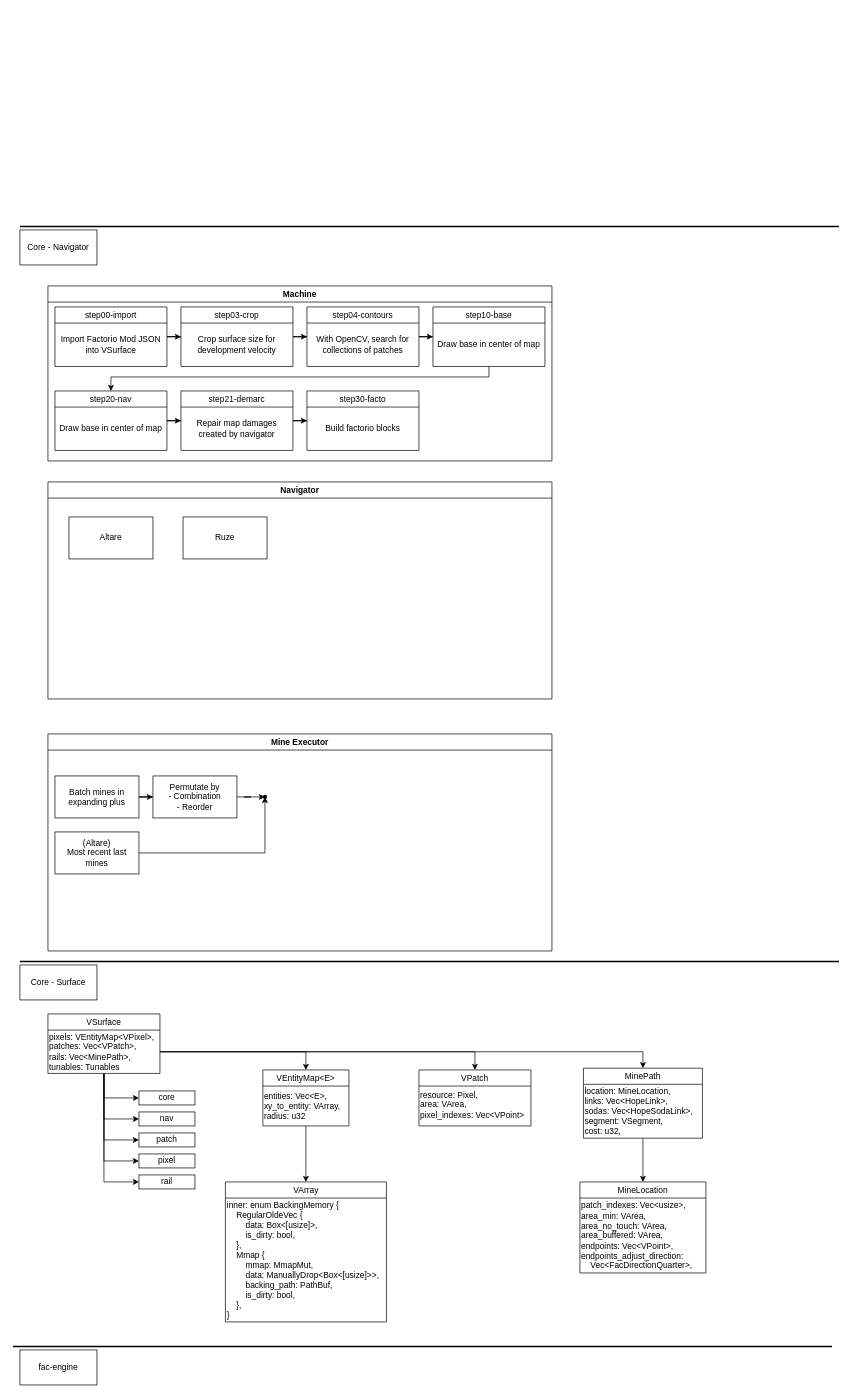
This is facto-loop-miner.drawio from TheLQ/tako-diagrams, a draw.io file, before an edit. Source tidied: cells renumbered, new cells numbered last; positions are measured from the earlier drawing's top-left corner, leaving out a move shared by most shapes. Both pictures are drawn from the tidied source at 70%, with x=0, y=0 at pixel (13, 223).
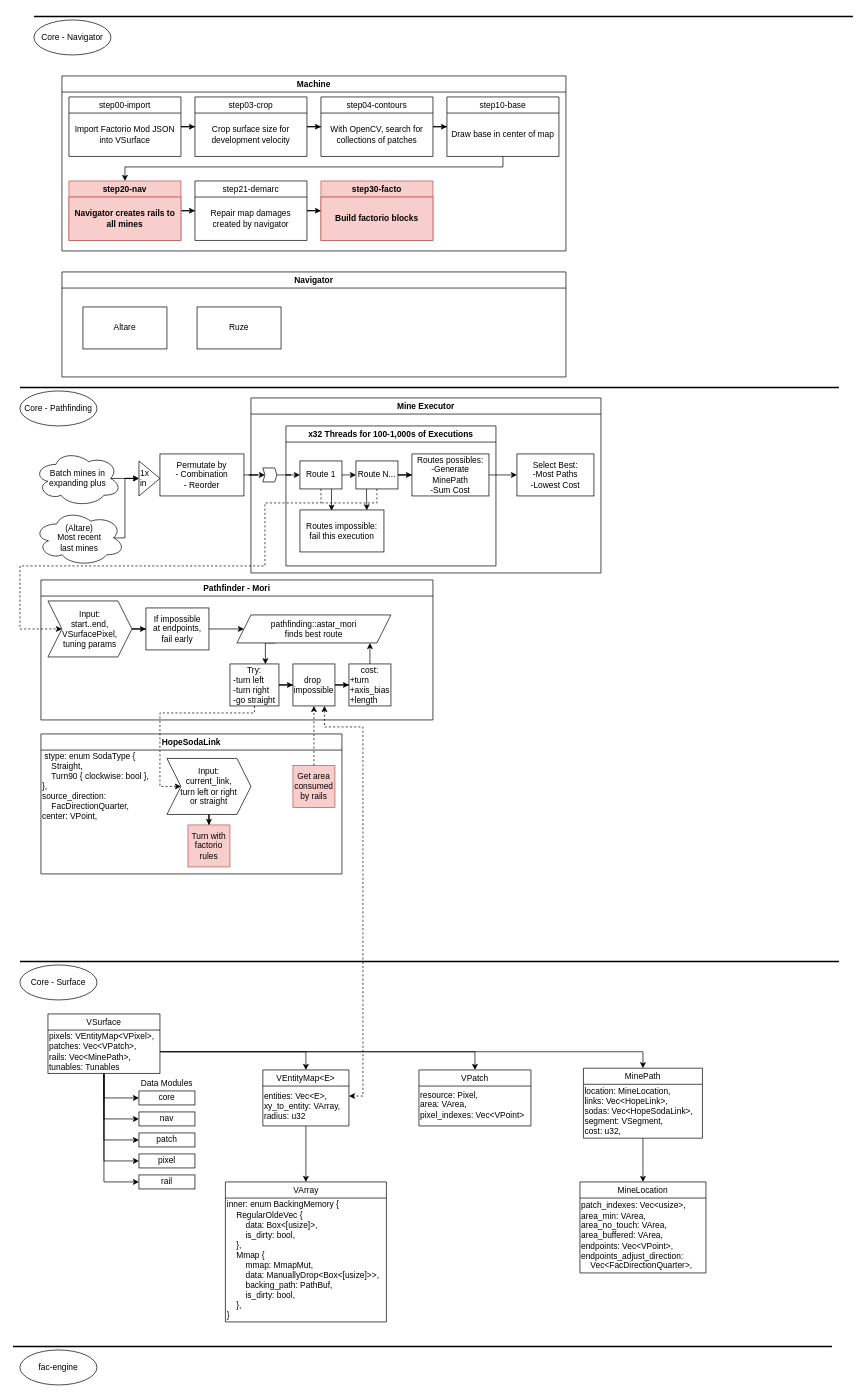
After the change.

Commit message:
facto: add pathfinding section

Unchanged cells that the change refers to:
```xml
<mxCell id="17" value="&lt;div&gt;entities: Vec&amp;lt;E&amp;gt;,&lt;/div&gt;&lt;div&gt;xy_to_entity: VArray,&lt;/div&gt;&lt;div&gt;radius: u32&lt;/div&gt;" style="text;html=1;whiteSpace=wrap;strokeColor=none;fillColor=none;align=left;verticalAlign=middle;rounded=0;" parent="16" vertex="1">
  <mxGeometry y="23" width="123" height="57" as="geometry" />
</mxCell>
```

Diff of the diagram source:
```diff
@@
-    <mxCell id="32" value="Core - Surface" style="html=1;whiteSpace=wrap;" parent="1" vertex="1">
+    <mxCell id="32" value="Core - Surface" style="ellipse;whiteSpace=wrap;html=1;" parent="1" vertex="1">
       <mxGeometry x="10" y="1060" width="110" height="50" as="geometry" />
     </mxCell>
-    <mxCell id="33" value="fac-engine" style="html=1;whiteSpace=wrap;" parent="1" vertex="1">
+    <mxCell id="33" value="fac-engine" style="ellipse;whiteSpace=wrap;html=1;" parent="1" vertex="1">
       <mxGeometry x="10" y="1610" width="110" height="50" as="geometry" />
     </mxCell>
-    <mxCell id="34" value="Core - Navigator" style="html=1;whiteSpace=wrap;" parent="1" vertex="1">
-      <mxGeometry x="10" y="10" width="110" height="50" as="geometry" />
+    <mxCell id="34" value="Core - Navigator" style="ellipse;whiteSpace=wrap;html=1;" parent="1" vertex="1">
+      <mxGeometry x="30" y="-290" width="110" height="50" as="geometry" />
     </mxCell>
     <mxCell id="35" style="line;strokeWidth=2;html=1;" parent="1" vertex="1">
-      <mxGeometry x="10" width="1170" height="10" as="geometry" />
+      <mxGeometry x="30" y="-300" width="1170" height="10" as="geometry" />
     </mxCell>
     <mxCell id="36" value="Machine" style="swimlane;whiteSpace=wrap;html=1;" parent="1" vertex="1">
-      <mxGeometry x="50" y="90" width="720" height="250" as="geometry" />
+      <mxGeometry x="70" y="-210" width="720" height="250" as="geometry" />
     </mxCell>
@@
-    <mxCell id="49" value="step20-nav" style="swimlane;fontStyle=0;horizontal=1;whiteSpace=wrap;html=1;swimlaneFillColor=default;" parent="36" vertex="1">
+    <mxCell id="49" value="step20-nav" style="swimlane;fontStyle=1;horizontal=1;whiteSpace=wrap;html=1;swimlaneFillColor=default;strokeColor=#b85450;fillColor=#f8cecc;" parent="36" vertex="1">
       <mxGeometry x="10" y="150" width="160" height="85" as="geometry" />
     </mxCell>
-    <mxCell id="50" value="Draw base in center of map" style="text;html=1;align=center;verticalAlign=middle;whiteSpace=wrap;rounded=0;" parent="49" vertex="1">
+    <mxCell id="50" value="Navigator creates rails to all mines" style="text;html=1;align=center;verticalAlign=middle;whiteSpace=wrap;rounded=0;fontStyle=1;fillColor=#f8cecc;strokeColor=#b85450;" parent="49" vertex="1">
       <mxGeometry y="23" width="160" height="62" as="geometry" />
     </mxCell>
@@
-    <mxCell id="55" value="step30-facto" style="swimlane;fontStyle=0;horizontal=1;whiteSpace=wrap;html=1;swimlaneFillColor=default;" parent="36" vertex="1">
+    <mxCell id="55" value="step30-facto" style="swimlane;fontStyle=1;horizontal=1;whiteSpace=wrap;html=1;swimlaneFillColor=default;strokeColor=#b85450;fillColor=#f8cecc;" parent="36" vertex="1">
       <mxGeometry x="370" y="150" width="160" height="85" as="geometry" />
     </mxCell>
-    <mxCell id="56" value="Build factorio blocks" style="text;html=1;align=center;verticalAlign=middle;whiteSpace=wrap;rounded=0;" parent="55" vertex="1">
+    <mxCell id="56" value="Build factorio blocks" style="text;html=1;align=center;verticalAlign=middle;whiteSpace=wrap;rounded=0;fontStyle=1;fillColor=#f8cecc;strokeColor=#b85450;" parent="55" vertex="1">
       <mxGeometry y="23" width="160" height="62" as="geometry" />
     </mxCell>
     <mxCell id="57" value="Navigator" style="swimlane;whiteSpace=wrap;html=1;" parent="1" vertex="1">
-      <mxGeometry x="50" y="370" width="720" height="310" as="geometry" />
+      <mxGeometry x="70" y="70" width="720" height="150" as="geometry" />
     </mxCell>
@@
     <mxCell id="60" value="Mine Executor" style="swimlane;whiteSpace=wrap;html=1;" parent="1" vertex="1">
-      <mxGeometry x="50" y="730" width="720" height="310" as="geometry" />
+      <mxGeometry x="340" y="250" width="500" height="250" as="geometry" />
     </mxCell>
-    <mxCell id="61" style="edgeStyle=orthogonalEdgeStyle;rounded=0;jettySize=auto;html=1;" parent="60" edge="1" source="62" target="65">
-      <mxGeometry relative="1" as="geometry" />
-    </mxCell>
+    <mxCell id="68" value="x32 Threads for 100-1,000s of Executions" style="swimlane;whiteSpace=wrap;html=1;" parent="60" vertex="1">
+      <mxGeometry x="50" y="40" width="300" height="200" as="geometry" />
+    </mxCell>
+    <mxCell id="69" style="edgeStyle=orthogonalEdgeStyle;rounded=0;jettySize=auto;html=1;exitX=1;exitY=0.5;exitDx=0;exitDy=0;entryX=0;entryY=0.5;entryDx=0;entryDy=0;" parent="68" edge="1" source="70" target="74">
+      <mxGeometry relative="1" as="geometry" />
+    </mxCell>
+    <mxCell id="70" value="Route 1" style="whiteSpace=wrap;html=1;" parent="68" vertex="1">
+      <mxGeometry x="20" y="50" width="60" height="40" as="geometry" />
+    </mxCell>
+    <mxCell id="71" value="Routes impossible:&lt;br&gt;fail this execution" style="whiteSpace=wrap;html=1;" parent="68" vertex="1">
+      <mxGeometry x="20" y="120" width="120" height="60" as="geometry" />
+    </mxCell>
+    <mxCell id="72" style="edgeStyle=orthogonalEdgeStyle;rounded=0;jettySize=auto;html=1;" parent="68" edge="1" source="74" target="75">
+      <mxGeometry relative="1" as="geometry" />
+    </mxCell>
+    <mxCell id="73" style="edgeStyle=orthogonalEdgeStyle;rounded=0;jettySize=auto;html=1;exitX=0.5;exitY=1;exitDx=0;exitDy=0;endArrow=none;endFill=0;dashed=1;" parent="68" edge="1" source="74">
+      <mxGeometry relative="1" as="geometry">
+        <mxPoint x="50" y="110" as="targetPoint" />
+        <Array as="points">
+          <mxPoint x="130" y="110" />
+        </Array>
+      </mxGeometry>
+    </mxCell>
+    <mxCell id="74" value="Route N..." style="whiteSpace=wrap;html=1;" parent="68" vertex="1">
+      <mxGeometry x="100" y="50" width="60" height="40" as="geometry" />
+    </mxCell>
+    <mxCell id="75" value="Routes possibles:&lt;br&gt;-Generate MinePath&lt;br&gt;-Sum Cost" style="whiteSpace=wrap;html=1;" parent="68" vertex="1">
+      <mxGeometry x="180" y="40" width="110" height="60" as="geometry" />
+    </mxCell>
+    <mxCell id="76" style="edgeStyle=orthogonalEdgeStyle;rounded=0;jettySize=auto;html=1;exitX=0.75;exitY=1;exitDx=0;exitDy=0;entryX=0.377;entryY=0.018;entryDx=0;entryDy=0;entryPerimeter=0;" parent="68" edge="1" source="70" target="71">
+      <mxGeometry relative="1" as="geometry" />
+    </mxCell>
+    <mxCell id="77" style="edgeStyle=orthogonalEdgeStyle;rounded=0;jettySize=auto;html=1;exitX=0.25;exitY=1;exitDx=0;exitDy=0;entryX=0.796;entryY=0.008;entryDx=0;entryDy=0;entryPerimeter=0;" parent="68" edge="1" source="74" target="71">
+      <mxGeometry relative="1" as="geometry" />
+    </mxCell>
+    <mxCell id="78" style="edgeStyle=orthogonalEdgeStyle;rounded=0;jettySize=auto;html=1;entryX=0;entryY=0.5;entryDx=0;entryDy=0;" parent="60" edge="1" source="79" target="70">
+      <mxGeometry relative="1" as="geometry" />
+    </mxCell>
+    <mxCell id="79" style="shape=step;perimeter=stepPerimeter;whiteSpace=wrap;html=1;fixedSize=1;size=3;" parent="60" vertex="1">
+      <mxGeometry x="17" y="100" width="20" height="20" as="geometry" />
+    </mxCell>
+    <mxCell id="80" value="Select Best:&lt;br&gt;&lt;div&gt;-Most Paths&lt;/div&gt;&lt;div&gt;-Lowest Cost&lt;/div&gt;" style="whiteSpace=wrap;html=1;" parent="60" vertex="1">
+      <mxGeometry x="380" y="80" width="110" height="60" as="geometry" />
+    </mxCell>
+    <mxCell id="81" style="edgeStyle=orthogonalEdgeStyle;rounded=0;jettySize=auto;html=1;" parent="60" edge="1" source="75" target="80">
+      <mxGeometry relative="1" as="geometry" />
+    </mxCell>
+    <mxCell id="82" style="edgeStyle=orthogonalEdgeStyle;rounded=0;jettySize=auto;html=1;exitX=0.875;exitY=0.5;exitDx=0;exitDy=0;exitPerimeter=0;entryX=0;entryY=0.5;entryDx=0;entryDy=0;" parent="1" edge="1" source="62" target="85">
+      <mxGeometry relative="1" as="geometry" />
+    </mxCell>
-    <mxCell id="62" value="Batch mines in expanding plus" style="rounded=0;whiteSpace=wrap;html=1;" parent="60" vertex="1">
-      <mxGeometry x="10" y="60" width="120" height="60" as="geometry" />
+    <mxCell id="62" value="Batch mines in expanding plus" style="ellipse;shape=cloud;whiteSpace=wrap;html=1;" parent="1" vertex="1">
+      <mxGeometry x="30" y="325" width="125" height="80" as="geometry" />
     </mxCell>
-    <mxCell id="63" style="edgeStyle=orthogonalEdgeStyle;rounded=0;jettySize=auto;html=1;" parent="60" edge="1" source="64" target="66">
-      <mxGeometry relative="1" as="geometry" />
-    </mxCell>
+    <mxCell id="83" style="edgeStyle=orthogonalEdgeStyle;rounded=0;jettySize=auto;html=1;exitX=0.875;exitY=0.5;exitDx=0;exitDy=0;exitPerimeter=0;entryX=0;entryY=0.5;entryDx=0;entryDy=0;" parent="1" edge="1" source="64" target="85">
+      <mxGeometry relative="1" as="geometry">
+        <Array as="points">
+          <mxPoint x="160" y="450" />
+          <mxPoint x="160" y="365" />
+        </Array>
+      </mxGeometry>
+    </mxCell>
-    <mxCell id="64" value="(Altare)&lt;br&gt;Most recent last mines" style="rounded=0;whiteSpace=wrap;html=1;" parent="60" vertex="1">
-      <mxGeometry x="10" y="140" width="120" height="60" as="geometry" />
+    <mxCell id="64" value="(Altare)&lt;br&gt;Most recent&lt;br&gt;last mines" style="ellipse;shape=cloud;whiteSpace=wrap;html=1;" parent="1" vertex="1">
+      <mxGeometry x="30" y="410" width="130" height="80" as="geometry" />
     </mxCell>
+    <mxCell id="84" style="edgeStyle=orthogonalEdgeStyle;rounded=0;jettySize=auto;html=1;" parent="1" edge="1" source="65" target="79">
+      <mxGeometry relative="1" as="geometry" />
+    </mxCell>
-    <mxCell id="65" value="&lt;div&gt;Permutate by&lt;/div&gt;&lt;div&gt;- Combination&lt;/div&gt;&lt;div&gt;- Reorder&lt;/div&gt;" style="rounded=0;whiteSpace=wrap;html=1;" parent="60" vertex="1">
-      <mxGeometry x="150" y="60" width="120" height="60" as="geometry" />
+    <mxCell id="65" value="&lt;div&gt;Permutate by&lt;/div&gt;&lt;div&gt;- Combination&lt;/div&gt;&lt;div&gt;- Reorder&lt;/div&gt;" style="rounded=0;whiteSpace=wrap;html=1;" parent="1" vertex="1">
+      <mxGeometry x="210" y="330" width="120" height="60" as="geometry" />
     </mxCell>
-    <mxCell id="66" style="shape=waypoint;sketch=0;size=6;points=[];fillColor=default;perimeter=centerPerimeter;snapToPoint=1;rounded=0;" parent="60" vertex="1">
-      <mxGeometry x="300" y="80" width="20" height="20" as="geometry" />
-    </mxCell>
-    <mxCell id="67" style="edgeStyle=orthogonalEdgeStyle;rounded=0;jettySize=auto;html=1;exitX=1;exitY=0.5;exitDx=0;exitDy=0;entryX=0.074;entryY=1.122;entryDx=0;entryDy=0;entryPerimeter=0;" parent="60" edge="1" source="65" target="66">
-      <mxGeometry relative="1" as="geometry" />
-    </mxCell>
+    <mxCell id="85" value="&lt;div align=&quot;left&quot;&gt;1x&lt;br&gt;in&lt;/div&gt;" style="triangle;whiteSpace=wrap;html=1;align=left;" parent="1" vertex="1">
+      <mxGeometry x="180" y="340" width="30" height="50" as="geometry" />
+    </mxCell>
+    <mxCell id="86" value="Data Modules" style="text;html=1;whiteSpace=wrap;strokeColor=none;fillColor=none;align=center;verticalAlign=middle;rounded=0;" parent="1" vertex="1">
+      <mxGeometry x="155" y="1215" width="130" height="30" as="geometry" />
+    </mxCell>
+    <mxCell id="87" style="line;strokeWidth=2;html=1;" parent="1" vertex="1">
+      <mxGeometry x="10" y="230" width="1170" height="10" as="geometry" />
+    </mxCell>
+    <mxCell id="88" value="Core - Pathfinding" style="ellipse;whiteSpace=wrap;html=1;" parent="1" vertex="1">
+      <mxGeometry x="10" y="240" width="110" height="50" as="geometry" />
+    </mxCell>
+    <mxCell id="89" value="Pathfinder - Mori" style="swimlane;whiteSpace=wrap;html=1;" parent="1" vertex="1">
+      <mxGeometry x="40" y="510" width="560" height="200" as="geometry" />
+    </mxCell>
+    <mxCell id="90" style="edgeStyle=orthogonalEdgeStyle;rounded=0;jettySize=auto;html=1;" parent="89" edge="1" source="91" target="93">
+      <mxGeometry relative="1" as="geometry" />
+    </mxCell>
+    <mxCell id="91" value="Input:&lt;br&gt;&lt;div&gt;start..end,&lt;/div&gt;&lt;div&gt;VSurfacePixel,&lt;/div&gt;&lt;div&gt;tuning params&lt;/div&gt;" style="shape=step;perimeter=stepPerimeter;whiteSpace=wrap;html=1;fixedSize=1;" parent="89" vertex="1">
+      <mxGeometry x="10" y="30" width="120" height="80" as="geometry" />
+    </mxCell>
+    <mxCell id="92" style="edgeStyle=orthogonalEdgeStyle;rounded=0;jettySize=auto;html=1;" parent="89" edge="1" source="93" target="95">
+      <mxGeometry relative="1" as="geometry" />
+    </mxCell>
+    <mxCell id="93" value="&lt;div&gt;If impossible&lt;br&gt;at endpoints,&lt;/div&gt;&lt;div&gt;fail early&lt;/div&gt;" style="whiteSpace=wrap;html=1;" parent="89" vertex="1">
+      <mxGeometry x="150" y="40" width="90" height="60" as="geometry" />
+    </mxCell>
+    <mxCell id="94" style="edgeStyle=orthogonalEdgeStyle;rounded=0;jettySize=auto;html=1;exitX=0.25;exitY=1;exitDx=0;exitDy=0;entryX=0.723;entryY=0.006;entryDx=0;entryDy=0;entryPerimeter=0;" parent="89" edge="1" source="95" target="97">
+      <mxGeometry relative="1" as="geometry">
+        <Array as="points">
+          <mxPoint x="320" y="90" />
+          <mxPoint x="320" y="120" />
+        </Array>
+      </mxGeometry>
+    </mxCell>
+    <mxCell id="95" value="&lt;div&gt;pathfinding::astar_mori&lt;/div&gt;finds best route" style="shape=parallelogram;perimeter=parallelogramPerimeter;whiteSpace=wrap;html=1;fixedSize=1;" parent="89" vertex="1">
+      <mxGeometry x="280" y="50" width="220" height="40" as="geometry" />
+    </mxCell>
+    <mxCell id="96" style="edgeStyle=orthogonalEdgeStyle;rounded=0;jettySize=auto;html=1;" parent="89" edge="1" source="97" target="99">
+      <mxGeometry relative="1" as="geometry" />
+    </mxCell>
+    <mxCell id="97" value="&lt;div&gt;Try:&lt;/div&gt;&lt;div align=&quot;left&quot;&gt;-turn left&lt;/div&gt;&lt;div align=&quot;left&quot;&gt;-turn right&lt;/div&gt;&lt;div align=&quot;left&quot;&gt;-go straight&lt;/div&gt;" style="rounded=0;whiteSpace=wrap;html=1;" parent="89" vertex="1">
+      <mxGeometry x="270" y="120" width="70" height="60" as="geometry" />
+    </mxCell>
+    <mxCell id="98" style="edgeStyle=orthogonalEdgeStyle;rounded=0;jettySize=auto;html=1;" parent="89" edge="1" source="99" target="101">
+      <mxGeometry relative="1" as="geometry" />
+    </mxCell>
+    <mxCell id="99" value="&lt;div&gt;drop&amp;nbsp;&lt;/div&gt;&lt;div&gt;impossible&lt;/div&gt;" style="whiteSpace=wrap;html=1;rounded=0;" parent="89" vertex="1">
+      <mxGeometry x="360" y="120" width="60" height="60" as="geometry" />
+    </mxCell>
+    <mxCell id="100" style="edgeStyle=orthogonalEdgeStyle;rounded=0;jettySize=auto;html=1;" parent="89" edge="1" source="101" target="95">
+      <mxGeometry relative="1" as="geometry">
+        <Array as="points">
+          <mxPoint x="470" y="100" />
+          <mxPoint x="470" y="100" />
+        </Array>
+      </mxGeometry>
+    </mxCell>
+    <mxCell id="101" value="&lt;div align=&quot;center&quot;&gt;cost:&lt;br&gt;&lt;/div&gt;&lt;div align=&quot;left&quot;&gt;+turn&lt;/div&gt;&lt;div align=&quot;left&quot;&gt;+axis_bias&lt;/div&gt;&lt;div align=&quot;left&quot;&gt;+length&lt;/div&gt;" style="whiteSpace=wrap;html=1;rounded=0;" parent="89" vertex="1">
+      <mxGeometry x="440" y="120" width="60" height="60" as="geometry" />
+    </mxCell>
+    <mxCell id="102" style="endArrow=classic;html=1;rounded=0;exitX=0.5;exitY=1;exitDx=0;exitDy=0;entryX=0;entryY=0.5;entryDx=0;entryDy=0;dashed=1;edgeStyle=orthogonalEdgeStyle;" parent="1" edge="1" source="70" target="91">
+      <mxGeometry relative="1" as="geometry">
+        <Array as="points">
+          <mxPoint x="440" y="400" />
+          <mxPoint x="360" y="400" />
+          <mxPoint x="360" y="490" />
+          <mxPoint x="10" y="490" />
+          <mxPoint x="10" y="580" />
+        </Array>
+      </mxGeometry>
+    </mxCell>
+    <mxCell id="103" value="HopeSodaLink" style="swimlane;whiteSpace=wrap;html=1;" parent="1" vertex="1">
+      <mxGeometry x="40" y="730" width="430" height="200" as="geometry" />
+    </mxCell>
+    <mxCell id="104" value="&lt;div align=&quot;left&quot;&gt;&amp;nbsp;stype: enum SodaType {&lt;br&gt;&amp;nbsp; &amp;nbsp; Straight,&lt;br&gt;&amp;nbsp; &amp;nbsp; Turn90 { clockwise: bool },&lt;br&gt;},&lt;br&gt;source_direction:&lt;/div&gt;&lt;div align=&quot;left&quot;&gt;&amp;nbsp; &amp;nbsp; FacDirectionQuarter,&lt;br&gt;center: VPoint,&lt;/div&gt;" style="text;html=1;whiteSpace=wrap;strokeColor=none;fillColor=none;align=left;verticalAlign=middle;rounded=0;" parent="103" vertex="1">
+      <mxGeometry y="30" width="180" height="90" as="geometry" />
+    </mxCell>
+    <mxCell id="105" style="edgeStyle=orthogonalEdgeStyle;rounded=0;jettySize=auto;html=1;" parent="103" edge="1" source="106" target="107">
+      <mxGeometry relative="1" as="geometry" />
+    </mxCell>
+    <mxCell id="106" value="Input:&lt;br&gt;&lt;div&gt;current_link,&lt;/div&gt;&lt;div&gt;turn left or right&lt;/div&gt;&lt;div&gt;or straight&lt;/div&gt;" style="shape=step;perimeter=stepPerimeter;whiteSpace=wrap;html=1;fixedSize=1;" parent="103" vertex="1">
+      <mxGeometry x="180" y="35" width="120" height="80" as="geometry" />
+    </mxCell>
+    <mxCell id="107" value="Turn with factorio rules" style="whiteSpace=wrap;html=1;fillColor=#f8cecc;strokeColor=#b85450;" parent="103" vertex="1">
+      <mxGeometry x="210" y="130" width="60" height="60" as="geometry" />
+    </mxCell>
+    <mxCell id="108" value="Get area consumed by rails" style="whiteSpace=wrap;html=1;fillColor=#f8cecc;strokeColor=#b85450;" parent="103" vertex="1">
+      <mxGeometry x="360" y="45" width="60" height="60" as="geometry" />
+    </mxCell>
+    <mxCell id="109" style="edgeStyle=orthogonalEdgeStyle;rounded=0;jettySize=auto;html=1;exitX=0.5;exitY=1;exitDx=0;exitDy=0;entryX=0;entryY=0.5;entryDx=0;entryDy=0;dashed=1;" parent="1" edge="1" source="97" target="106">
+      <mxGeometry relative="1" as="geometry">
+        <Array as="points">
+          <mxPoint x="345" y="700" />
+          <mxPoint x="210" y="700" />
+          <mxPoint x="210" y="805" />
+        </Array>
+      </mxGeometry>
+    </mxCell>
+    <mxCell id="110" style="edgeStyle=orthogonalEdgeStyle;rounded=0;jettySize=auto;html=1;exitX=0.75;exitY=1;exitDx=0;exitDy=0;entryX=1;entryY=0.25;entryDx=0;entryDy=0;dashed=1;startArrow=classic;startFill=1;" parent="1" edge="1" source="99" target="17">
+      <mxGeometry relative="1" as="geometry">
+        <Array as="points">
+          <mxPoint x="445" y="720" />
+          <mxPoint x="500" y="720" />
+          <mxPoint x="500" y="1247" />
+        </Array>
+      </mxGeometry>
+    </mxCell>
+    <mxCell id="111" style="edgeStyle=orthogonalEdgeStyle;rounded=0;jettySize=auto;html=1;exitX=0.5;exitY=0;exitDx=0;exitDy=0;entryX=0.5;entryY=1;entryDx=0;entryDy=0;dashed=1;" parent="1" edge="1" source="108" target="99">
+      <mxGeometry relative="1" as="geometry" />
+    </mxCell>
```
